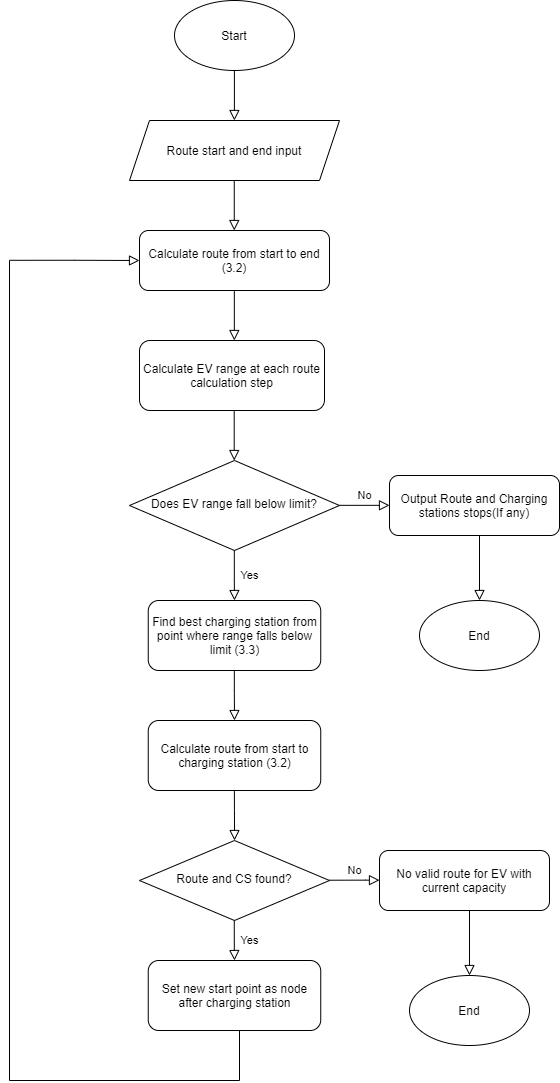
Before: Report/images/AlgFlow.png, a diagram exported from draw.io (c-mansfield/EVDetourRouting). Source tidied: cells renumbered, new cells last; positions are measured from the earlier drawing's top-left corner, leaving out a move shared by most shapes.
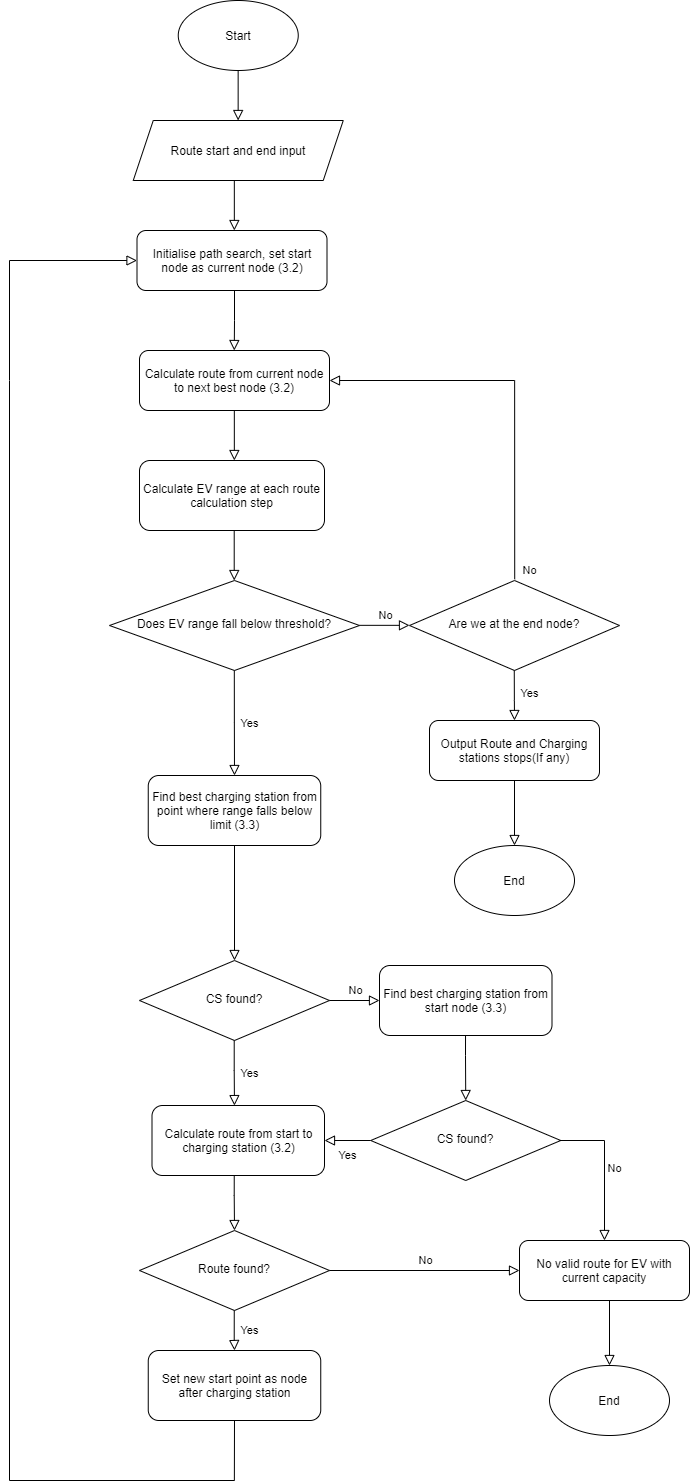
Later version of the same file.

Change to the diagram source:
```diff
@@ -2,29 +2,32 @@
   <root>
     <mxCell id="0" />
     <mxCell id="1" parent="0" />
-    <mxCell id="2" value="Calculate route from start to end (3.2)" style="rounded=1;whiteSpace=wrap;html=1;fontSize=12;glass=0;strokeWidth=1;shadow=0;" parent="1" vertex="1">
+    <mxCell id="2" value="Calculate route from current node to next best node (3.2)" style="rounded=1;whiteSpace=wrap;html=1;fontSize=12;glass=0;strokeWidth=1;shadow=0;" parent="1" vertex="1">
       <mxGeometry x="130" y="230" width="190" height="60" as="geometry" />
     </mxCell>
     <mxCell id="3" value="Start" style="ellipse;whiteSpace=wrap;html=1;" parent="1" vertex="1">
-      <mxGeometry x="165" width="120" height="70" as="geometry" />
+      <mxGeometry x="168.8" y="-120" width="120" height="70" as="geometry" />
     </mxCell>
     <mxCell id="4" style="rounded=0;html=1;jettySize=auto;orthogonalLoop=1;fontSize=11;endArrow=block;endFill=0;endSize=8;strokeWidth=1;shadow=0;labelBackgroundColor=none;edgeStyle=orthogonalEdgeStyle;" parent="1" edge="1">
       <mxGeometry relative="1" as="geometry">
-        <mxPoint x="224.9" y="70" as="sourcePoint" />
-        <mxPoint x="224.9" y="120" as="targetPoint" />
+        <mxPoint x="228.6" y="-50" as="sourcePoint" />
+        <mxPoint x="228.6" as="targetPoint" />
       </mxGeometry>
     </mxCell>
     <mxCell id="5" value="Route start and end input" style="shape=parallelogram;perimeter=parallelogramPerimeter;whiteSpace=wrap;html=1;fixedSize=1;size=20;" parent="1" vertex="1">
-      <mxGeometry x="120" y="120" width="210" height="60" as="geometry" />
+      <mxGeometry x="123.8" width="210" height="60" as="geometry" />
     </mxCell>
-    <mxCell id="6" style="rounded=0;html=1;jettySize=auto;orthogonalLoop=1;fontSize=11;endArrow=block;endFill=0;endSize=8;strokeWidth=1;shadow=0;labelBackgroundColor=none;edgeStyle=orthogonalEdgeStyle;" parent="1" edge="1">
+    <mxCell id="6" style="rounded=0;html=1;jettySize=auto;fontSize=11;endArrow=block;endFill=0;endSize=8;strokeWidth=1;shadow=0;labelBackgroundColor=none;edgeStyle=orthogonalEdgeStyle;exitX=0.5;exitY=1;exitDx=0;exitDy=0;" parent="1" edge="1" source="46">
       <mxGeometry relative="1" as="geometry">
-        <mxPoint x="224.8" y="180" as="sourcePoint" />
         <mxPoint x="224.8" y="230" as="targetPoint" />
+        <Array as="points">
+          <mxPoint x="225" y="170" />
+          <mxPoint x="225" y="200" />
+        </Array>
       </mxGeometry>
     </mxCell>
-    <mxCell id="7" value="Does EV range fall below limit?" style="rhombus;whiteSpace=wrap;html=1;shadow=0;fontFamily=Helvetica;fontSize=12;align=center;strokeWidth=1;spacing=6;spacingTop=-4;" parent="1" vertex="1">
-      <mxGeometry x="120" y="460" width="210" height="90" as="geometry" />
+    <mxCell id="7" value="Does EV range fall below threshold?" style="rhombus;whiteSpace=wrap;html=1;shadow=0;fontFamily=Helvetica;fontSize=12;align=center;strokeWidth=1;spacing=6;spacingTop=-4;" parent="1" vertex="1">
+      <mxGeometry x="100" y="460" width="250" height="90" as="geometry" />
     </mxCell>
     <mxCell id="8" style="rounded=0;html=1;jettySize=auto;orthogonalLoop=1;fontSize=11;endArrow=block;endFill=0;endSize=8;strokeWidth=1;shadow=0;labelBackgroundColor=none;edgeStyle=orthogonalEdgeStyle;" parent="1" edge="1">
       <mxGeometry relative="1" as="geometry">
@@ -41,116 +44,178 @@
         <mxPoint x="224.7" y="460" as="targetPoint" />
       </mxGeometry>
     </mxCell>
-    <mxCell id="11" value="Yes" style="rounded=0;html=1;jettySize=auto;orthogonalLoop=1;fontSize=11;endArrow=block;endFill=0;endSize=8;strokeWidth=1;shadow=0;labelBackgroundColor=none;edgeStyle=orthogonalEdgeStyle;" parent="1" edge="1">
+    <mxCell id="11" value="Yes" style="rounded=0;html=1;jettySize=auto;fontSize=11;endArrow=block;endFill=0;endSize=8;strokeWidth=1;shadow=0;labelBackgroundColor=none;edgeStyle=orthogonalEdgeStyle;entryX=0.5;entryY=0;entryDx=0;entryDy=0;" parent="1" edge="1" target="14">
       <mxGeometry y="15" relative="1" as="geometry">
         <mxPoint x="224.8" y="550" as="sourcePoint" />
-        <mxPoint x="225" y="600" as="targetPoint" />
-        <Array as="points">
-          <mxPoint x="225" y="580" />
-          <mxPoint x="225" y="580" />
-        </Array>
       </mxGeometry>
     </mxCell>
     <mxCell id="12" value="No" style="edgeStyle=orthogonalEdgeStyle;rounded=0;html=1;jettySize=auto;orthogonalLoop=1;fontSize=11;endArrow=block;endFill=0;endSize=8;strokeWidth=1;shadow=0;labelBackgroundColor=none;" parent="1" edge="1">
       <mxGeometry y="10" relative="1" as="geometry">
-        <mxPoint x="330" y="504.8" as="sourcePoint" />
-        <mxPoint x="380" y="504.8" as="targetPoint" />
+        <mxPoint x="350" y="504.8" as="sourcePoint" />
+        <mxPoint x="400" y="504.8" as="targetPoint" />
       </mxGeometry>
     </mxCell>
     <mxCell id="13" value="Output Route and Charging stations stops(If any)" style="rounded=1;whiteSpace=wrap;html=1;fontSize=12;glass=0;strokeWidth=1;shadow=0;" parent="1" vertex="1">
-      <mxGeometry x="380" y="475" width="170" height="60" as="geometry" />
+      <mxGeometry x="420" y="600" width="170" height="60" as="geometry" />
     </mxCell>
     <mxCell id="14" value="Find best charging station from point where range falls below limit (3.3)" style="rounded=1;whiteSpace=wrap;html=1;fontSize=12;glass=0;strokeWidth=1;shadow=0;" parent="1" vertex="1">
-      <mxGeometry x="138.8" y="600" width="172.5" height="70" as="geometry" />
+      <mxGeometry x="138.8" y="655" width="172.5" height="70" as="geometry" />
     </mxCell>
     <mxCell id="15" style="rounded=0;html=1;jettySize=auto;fontSize=11;endArrow=block;endFill=0;endSize=8;strokeWidth=1;shadow=0;labelBackgroundColor=none;edgeStyle=orthogonalEdgeStyle;entryX=0.5;entryY=0;entryDx=0;entryDy=0;" parent="1" edge="1" target="16">
       <mxGeometry relative="1" as="geometry">
-        <mxPoint x="470" y="535" as="sourcePoint" />
+        <mxPoint x="505" y="660" as="sourcePoint" />
       </mxGeometry>
     </mxCell>
     <mxCell id="16" value="End" style="ellipse;whiteSpace=wrap;html=1;" parent="1" vertex="1">
-      <mxGeometry x="410" y="600" width="120" height="70" as="geometry" />
+      <mxGeometry x="445" y="725" width="120" height="70" as="geometry" />
     </mxCell>
     <mxCell id="17" value="Calculate route from start to charging station (3.2)" style="rounded=1;whiteSpace=wrap;html=1;fontSize=12;glass=0;strokeWidth=1;shadow=0;" parent="1" vertex="1">
-      <mxGeometry x="138.8" y="720" width="172.5" height="70" as="geometry" />
+      <mxGeometry x="142.5" y="985" width="172.5" height="70" as="geometry" />
     </mxCell>
-    <mxCell id="18" style="rounded=0;html=1;jettySize=auto;orthogonalLoop=1;fontSize=11;endArrow=block;endFill=0;endSize=8;strokeWidth=1;shadow=0;labelBackgroundColor=none;edgeStyle=orthogonalEdgeStyle;" parent="1" edge="1">
-      <mxGeometry relative="1" as="geometry">
-        <mxPoint x="224.8" y="670" as="sourcePoint" />
-        <mxPoint x="225" y="720" as="targetPoint" />
-        <Array as="points">
-          <mxPoint x="225" y="690" />
-        </Array>
-      </mxGeometry>
+    <mxCell id="18" style="rounded=0;html=1;jettySize=auto;fontSize=11;endArrow=block;endFill=0;endSize=8;strokeWidth=1;shadow=0;labelBackgroundColor=none;edgeStyle=orthogonalEdgeStyle;entryX=0.5;entryY=0;entryDx=0;entryDy=0;exitX=0.5;exitY=1;exitDx=0;exitDy=0;" parent="1" edge="1" source="14" target="32">
+      <mxGeometry relative="1" as="geometry" />
     </mxCell>
-    <mxCell id="19" style="rounded=0;html=1;jettySize=auto;orthogonalLoop=1;fontSize=11;endArrow=block;endFill=0;endSize=8;strokeWidth=1;shadow=0;labelBackgroundColor=none;edgeStyle=orthogonalEdgeStyle;" parent="1" edge="1">
-      <mxGeometry relative="1" as="geometry">
-        <mxPoint x="224.9" y="790" as="sourcePoint" />
-        <mxPoint x="225" y="840" as="targetPoint" />
-        <Array as="points">
-          <mxPoint x="225" y="810" />
-        </Array>
-      </mxGeometry>
-    </mxCell>
-    <mxCell id="20" value="Route and CS found?" style="rhombus;whiteSpace=wrap;html=1;shadow=0;fontFamily=Helvetica;fontSize=12;align=center;strokeWidth=1;spacing=6;spacingTop=-4;" parent="1" vertex="1">
-      <mxGeometry x="130" y="840" width="190" height="80" as="geometry" />
+    <mxCell id="20" value="Route found?" style="rhombus;whiteSpace=wrap;html=1;shadow=0;fontFamily=Helvetica;fontSize=12;align=center;strokeWidth=1;spacing=6;spacingTop=-4;" parent="1" vertex="1">
+      <mxGeometry x="130" y="1110" width="190" height="80" as="geometry" />
     </mxCell>
-    <mxCell id="21" value="No" style="edgeStyle=orthogonalEdgeStyle;rounded=0;html=1;jettySize=auto;orthogonalLoop=1;fontSize=11;endArrow=block;endFill=0;endSize=8;strokeWidth=1;shadow=0;labelBackgroundColor=none;" parent="1" edge="1">
-      <mxGeometry y="10" relative="1" as="geometry">
-        <mxPoint x="320" y="879.7" as="sourcePoint" />
-        <mxPoint x="370" y="879.7" as="targetPoint" />
-        <Array as="points">
-          <mxPoint x="356" y="880" />
-          <mxPoint x="356" y="880" />
-        </Array>
-      </mxGeometry>
+    <mxCell id="21" value="No" style="edgeStyle=orthogonalEdgeStyle;rounded=0;html=1;jettySize=auto;fontSize=11;endArrow=block;endFill=0;endSize=8;strokeWidth=1;shadow=0;labelBackgroundColor=none;exitX=1;exitY=0.5;exitDx=0;exitDy=0;entryX=0;entryY=0.5;entryDx=0;entryDy=0;" parent="1" edge="1" source="20" target="28">
+      <mxGeometry y="10" relative="1" as="geometry" />
     </mxCell>
     <mxCell id="22" value="Yes" style="rounded=0;html=1;jettySize=auto;orthogonalLoop=1;fontSize=11;endArrow=block;endFill=0;endSize=8;strokeWidth=1;shadow=0;labelBackgroundColor=none;edgeStyle=orthogonalEdgeStyle;" parent="1" edge="1">
       <mxGeometry y="15" relative="1" as="geometry">
-        <mxPoint x="224.8" y="920" as="sourcePoint" />
-        <mxPoint x="225" y="960" as="targetPoint" />
+        <mxPoint x="224.8" y="1190" as="sourcePoint" />
+        <mxPoint x="225" y="1230" as="targetPoint" />
         <Array as="points">
-          <mxPoint x="224.9" y="950" />
-          <mxPoint x="224.9" y="950" />
+          <mxPoint x="224.9" y="1220" />
+          <mxPoint x="224.9" y="1220" />
         </Array>
       </mxGeometry>
     </mxCell>
     <mxCell id="23" value="Set new start point as node after charging station" style="rounded=1;whiteSpace=wrap;html=1;fontSize=12;glass=0;strokeWidth=1;shadow=0;" parent="1" vertex="1">
-      <mxGeometry x="138.8" y="960" width="172.5" height="70" as="geometry" />
+      <mxGeometry x="138.8" y="1230" width="172.5" height="70" as="geometry" />
     </mxCell>
-    <mxCell id="24" style="endArrow=none;html=1;" parent="1" edge="1">
-      <mxGeometry relative="1" as="geometry">
-        <mxPoint x="230" y="1030" as="sourcePoint" />
-        <mxPoint x="230" y="1080" as="targetPoint" />
-      </mxGeometry>
-    </mxCell>
-    <mxCell id="25" style="endArrow=none;html=1;" parent="1" edge="1">
-      <mxGeometry relative="1" as="geometry">
-        <mxPoint x="230" y="1080" as="sourcePoint" />
-        <mxPoint y="1080" as="targetPoint" />
-      </mxGeometry>
-    </mxCell>
     <mxCell id="26" style="endArrow=none;html=1;" parent="1" edge="1">
       <mxGeometry relative="1" as="geometry">
-        <mxPoint y="1080" as="sourcePoint" />
+        <mxPoint y="1360" as="sourcePoint" />
         <mxPoint y="260" as="targetPoint" />
       </mxGeometry>
     </mxCell>
-    <mxCell id="27" style="rounded=0;html=1;jettySize=auto;fontSize=11;endArrow=block;endFill=0;endSize=8;strokeWidth=1;shadow=0;labelBackgroundColor=none;edgeStyle=orthogonalEdgeStyle;entryX=0;entryY=0.5;entryDx=0;entryDy=0;" parent="1" edge="1" target="2">
+    <mxCell id="27" style="rounded=0;html=1;jettySize=auto;fontSize=11;endArrow=block;endFill=0;endSize=8;strokeWidth=1;shadow=0;labelBackgroundColor=none;edgeStyle=orthogonalEdgeStyle;entryX=0;entryY=0.5;entryDx=0;entryDy=0;" parent="1" edge="1" target="46">
       <mxGeometry relative="1" as="geometry">
         <mxPoint y="259.8" as="sourcePoint" />
+        <Array as="points">
+          <mxPoint y="140" />
+        </Array>
       </mxGeometry>
     </mxCell>
     <mxCell id="28" value="No valid route for EV with current capacity" style="rounded=1;whiteSpace=wrap;html=1;fontSize=12;glass=0;strokeWidth=1;shadow=0;" parent="1" vertex="1">
-      <mxGeometry x="370" y="850" width="170" height="60" as="geometry" />
+      <mxGeometry x="510" y="1120" width="170" height="60" as="geometry" />
     </mxCell>
     <mxCell id="29" style="rounded=0;html=1;jettySize=auto;fontSize=11;endArrow=block;endFill=0;endSize=8;strokeWidth=1;shadow=0;labelBackgroundColor=none;edgeStyle=orthogonalEdgeStyle;entryX=0.5;entryY=0;entryDx=0;entryDy=0;" parent="1" edge="1" target="30">
       <mxGeometry relative="1" as="geometry">
-        <mxPoint x="460" y="910" as="sourcePoint" />
+        <mxPoint x="600" y="1180" as="sourcePoint" />
       </mxGeometry>
     </mxCell>
     <mxCell id="30" value="End" style="ellipse;whiteSpace=wrap;html=1;" parent="1" vertex="1">
-      <mxGeometry x="400" y="975" width="120" height="70" as="geometry" />
+      <mxGeometry x="540" y="1245" width="120" height="70" as="geometry" />
     </mxCell>
+    <mxCell id="31" value="Are we at the end node?" style="rhombus;whiteSpace=wrap;html=1;shadow=0;fontFamily=Helvetica;fontSize=12;align=center;strokeWidth=1;spacing=6;spacingTop=-4;" parent="1" vertex="1">
+      <mxGeometry x="400" y="460" width="210" height="90" as="geometry" />
+    </mxCell>
+    <mxCell id="32" value="CS found?" style="rhombus;whiteSpace=wrap;html=1;shadow=0;fontFamily=Helvetica;fontSize=12;align=center;strokeWidth=1;spacing=6;spacingTop=-4;" parent="1" vertex="1">
+      <mxGeometry x="130" y="840" width="190" height="80" as="geometry" />
+    </mxCell>
+    <mxCell id="33" value="Yes" style="rounded=0;html=1;jettySize=auto;fontSize=11;endArrow=block;endFill=0;endSize=8;strokeWidth=1;shadow=0;labelBackgroundColor=none;edgeStyle=orthogonalEdgeStyle;entryX=0.478;entryY=0.001;entryDx=0;entryDy=0;entryPerimeter=0;" parent="1" edge="1" target="17">
+      <mxGeometry y="15" relative="1" as="geometry">
+        <mxPoint x="224.7" y="920" as="sourcePoint" />
+        <Array as="points">
+          <mxPoint x="225" y="950" />
+          <mxPoint x="225" y="950" />
+        </Array>
+      </mxGeometry>
+    </mxCell>
+    <mxCell id="34" value="No" style="edgeStyle=orthogonalEdgeStyle;rounded=0;html=1;jettySize=auto;orthogonalLoop=1;fontSize=11;endArrow=block;endFill=0;endSize=8;strokeWidth=1;shadow=0;labelBackgroundColor=none;" parent="1" edge="1">
+      <mxGeometry y="10" relative="1" as="geometry">
+        <mxPoint x="320" y="880" as="sourcePoint" />
+        <mxPoint x="370" y="880" as="targetPoint" />
+      </mxGeometry>
+    </mxCell>
+    <mxCell id="35" value="Find best charging station from start node (3.3)" style="rounded=1;whiteSpace=wrap;html=1;fontSize=12;glass=0;strokeWidth=1;shadow=0;" parent="1" vertex="1">
+      <mxGeometry x="370" y="845" width="172.5" height="70" as="geometry" />
+    </mxCell>
+    <mxCell id="36" value="CS found?" style="rhombus;whiteSpace=wrap;html=1;shadow=0;fontFamily=Helvetica;fontSize=12;align=center;strokeWidth=1;spacing=6;spacingTop=-4;" parent="1" vertex="1">
+      <mxGeometry x="361.2" y="980" width="190" height="80" as="geometry" />
+    </mxCell>
+    <mxCell id="37" value="Yes" style="rounded=0;html=1;jettySize=auto;fontSize=11;endArrow=block;endFill=0;endSize=8;strokeWidth=1;shadow=0;labelBackgroundColor=none;edgeStyle=orthogonalEdgeStyle;entryX=1;entryY=0.5;entryDx=0;entryDy=0;" parent="1" edge="1" target="17">
+      <mxGeometry y="15" relative="1" as="geometry">
+        <mxPoint x="361.3" y="1020" as="sourcePoint" />
+        <Array as="points">
+          <mxPoint x="315" y="1020" />
+          <mxPoint x="315" y="1020" />
+        </Array>
+      </mxGeometry>
+    </mxCell>
+    <mxCell id="38" value="No" style="edgeStyle=orthogonalEdgeStyle;rounded=0;html=1;jettySize=auto;fontSize=11;endArrow=block;endFill=0;endSize=8;strokeWidth=1;shadow=0;labelBackgroundColor=none;entryX=0.5;entryY=0;entryDx=0;entryDy=0;" parent="1" edge="1" target="28">
+      <mxGeometry y="10" relative="1" as="geometry">
+        <mxPoint x="550" y="1020" as="sourcePoint" />
+        <Array as="points">
+          <mxPoint x="595" y="1020" />
+        </Array>
+      </mxGeometry>
+    </mxCell>
+    <mxCell id="39" style="rounded=0;html=1;jettySize=auto;fontSize=11;endArrow=block;endFill=0;endSize=8;strokeWidth=1;shadow=0;labelBackgroundColor=none;edgeStyle=orthogonalEdgeStyle;entryX=0.5;entryY=0;entryDx=0;entryDy=0;" parent="1" edge="1" target="36">
+      <mxGeometry relative="1" as="geometry">
+        <mxPoint x="456" y="915" as="sourcePoint" />
+        <Array as="points">
+          <mxPoint x="456" y="935" />
+        </Array>
+      </mxGeometry>
+    </mxCell>
+    <mxCell id="40" style="rounded=0;html=1;jettySize=auto;fontSize=11;endArrow=block;endFill=0;endSize=8;strokeWidth=1;shadow=0;labelBackgroundColor=none;edgeStyle=orthogonalEdgeStyle;entryX=0.5;entryY=0;entryDx=0;entryDy=0;" parent="1" edge="1" target="20">
+      <mxGeometry relative="1" as="geometry">
+        <mxPoint x="224.7" y="1055" as="sourcePoint" />
+        <Array as="points">
+          <mxPoint x="225" y="1075" />
+          <mxPoint x="225" y="1075" />
+        </Array>
+      </mxGeometry>
+    </mxCell>
+    <mxCell id="41" style="endArrow=none;html=1;entryX=0.5;entryY=1;entryDx=0;entryDy=0;" parent="1" edge="1" target="23">
+      <mxGeometry relative="1" as="geometry">
+        <mxPoint x="224.9" y="1360" as="sourcePoint" />
+      </mxGeometry>
+    </mxCell>
+    <mxCell id="42" style="endArrow=none;html=1;" parent="1" edge="1">
+      <mxGeometry relative="1" as="geometry">
+        <mxPoint y="1360" as="sourcePoint" />
+        <mxPoint x="225" y="1360" as="targetPoint" />
+      </mxGeometry>
+    </mxCell>
+    <mxCell id="43" value="No" style="edgeStyle=orthogonalEdgeStyle;rounded=0;html=1;jettySize=auto;fontSize=11;endArrow=block;endFill=0;endSize=8;strokeWidth=1;shadow=0;labelBackgroundColor=none;exitX=0.501;exitY=-0.015;exitDx=0;exitDy=0;exitPerimeter=0;entryX=1;entryY=0.5;entryDx=0;entryDy=0;" parent="1" edge="1" source="31" target="2">
+      <mxGeometry x="-0.95" y="-15" relative="1" as="geometry">
+        <Array as="points">
+          <mxPoint x="505" y="260" />
+        </Array>
+      </mxGeometry>
+    </mxCell>
+    <mxCell id="44" value="Yes" style="rounded=0;html=1;jettySize=auto;orthogonalLoop=1;fontSize=11;endArrow=block;endFill=0;endSize=8;strokeWidth=1;shadow=0;labelBackgroundColor=none;edgeStyle=orthogonalEdgeStyle;" parent="1" edge="1">
+      <mxGeometry x="-0.07" y="15" relative="1" as="geometry">
+        <mxPoint x="504.8" y="550" as="sourcePoint" />
+        <mxPoint x="505" y="600" as="targetPoint" />
+        <Array as="points">
+          <mxPoint x="505" y="580" />
+          <mxPoint x="505" y="580" />
+        </Array>
+      </mxGeometry>
+    </mxCell>
+    <mxCell id="45" style="rounded=0;html=1;jettySize=auto;orthogonalLoop=1;fontSize=11;endArrow=block;endFill=0;endSize=8;strokeWidth=1;shadow=0;labelBackgroundColor=none;edgeStyle=orthogonalEdgeStyle;" parent="1" edge="1">
+      <mxGeometry relative="1" as="geometry">
+        <mxPoint x="224.8" y="60" as="sourcePoint" />
+        <mxPoint x="224.8" y="110" as="targetPoint" />
+      </mxGeometry>
+    </mxCell>
+    <mxCell id="46" value="Initialise path search, set start node as current node (3.2)" style="rounded=1;whiteSpace=wrap;html=1;fontSize=12;glass=0;strokeWidth=1;shadow=0;" parent="1" vertex="1">
+      <mxGeometry x="127.5" y="110" width="190" height="60" as="geometry" />
+    </mxCell>
   </root>
 </mxGraphModel>
```
